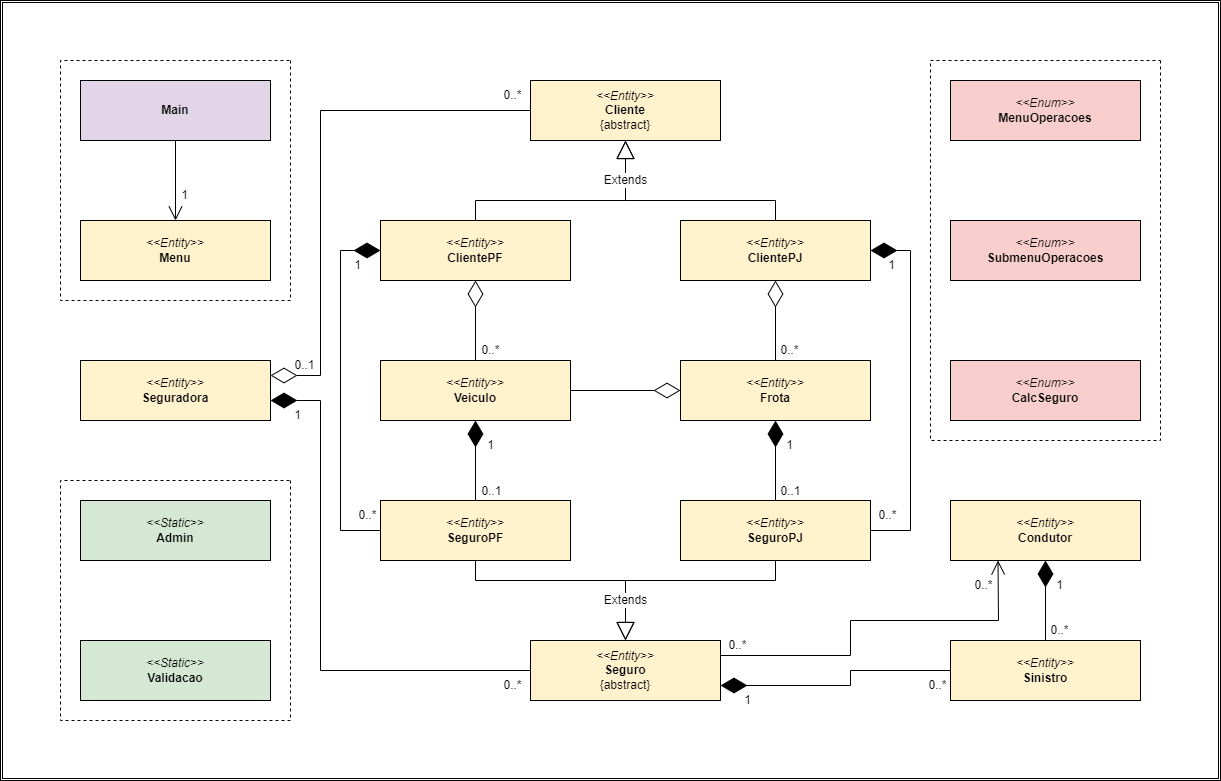
Before: Lab05/images/Diagrama_Resumido.png, a diagram exported from draw.io (phdaccache/MC322). Source tidied: cells renumbered, new cells last; positions are measured from the earlier drawing's top-left corner, leaving out a move shared by most shapes.
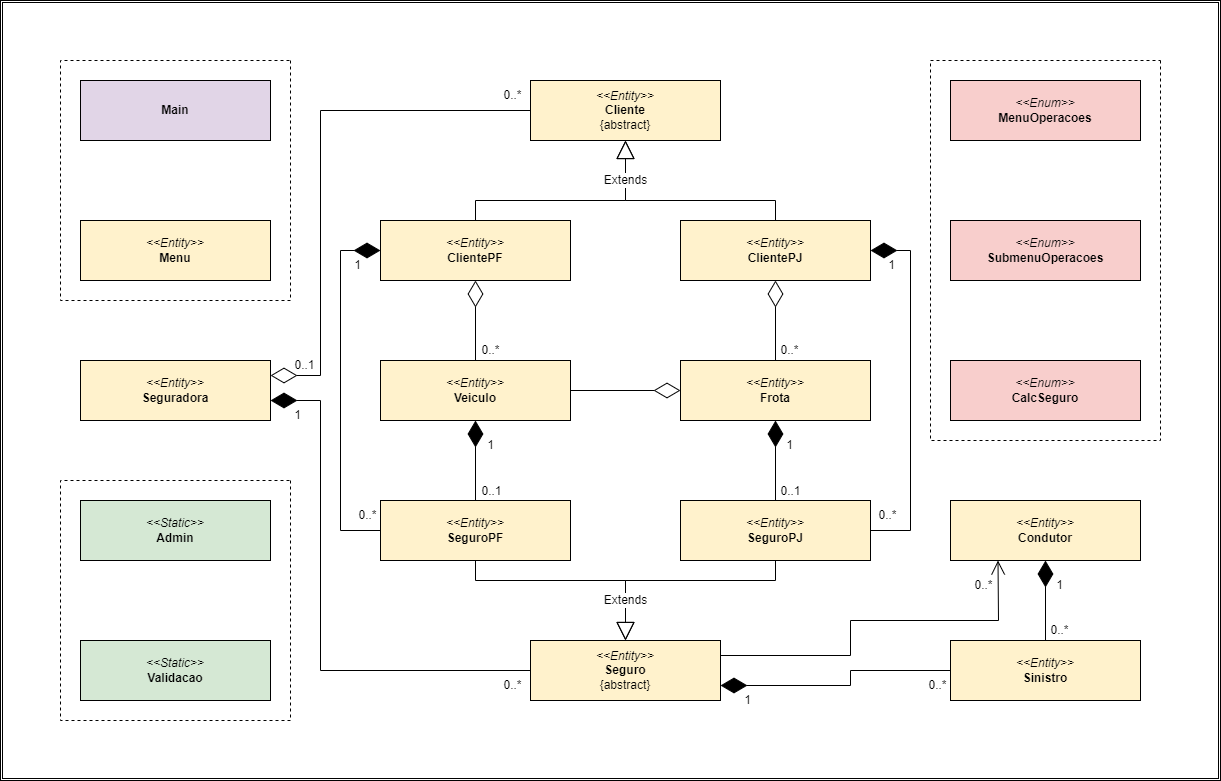
Above is the later version.

What changed in the source:
```diff
@@ -213,9 +213,6 @@
     <mxCell id="54" value="1" style="text;strokeColor=none;align=center;fillColor=none;html=1;verticalAlign=middle;whiteSpace=wrap;rounded=0;fontSize=12;fontFamily=Helvetica;fontColor=default;" parent="1" vertex="1">
       <mxGeometry x="1042" y="569.5" width="35" height="30" as="geometry" />
     </mxCell>
-    <mxCell id="55" value="0..*" style="text;strokeColor=none;align=center;fillColor=none;html=1;verticalAlign=middle;whiteSpace=wrap;rounded=0;fontSize=12;fontFamily=Helvetica;fontColor=default;" parent="1" vertex="1">
-      <mxGeometry x="720" y="630" width="35" height="30" as="geometry" />
-    </mxCell>
     <mxCell id="56" value="0..*" style="text;strokeColor=none;align=center;fillColor=none;html=1;verticalAlign=middle;whiteSpace=wrap;rounded=0;fontSize=12;fontFamily=Helvetica;fontColor=default;" parent="1" vertex="1">
       <mxGeometry x="966" y="570" width="35" height="30" as="geometry" />
     </mxCell>
@@ -228,11 +225,5 @@
     <mxCell id="59" style="rounded=0;whiteSpace=wrap;html=1;fontFamily=Helvetica;fontSize=12;fontColor=default;fillColor=none;gradientColor=none;dashed=1;direction=south;" parent="1" vertex="1">
       <mxGeometry x="930" y="60" width="230" height="380" as="geometry" />
     </mxCell>
-    <mxCell id="60" style="endArrow=open;endFill=1;endSize=12;html=1;rounded=0;fontFamily=Helvetica;fontSize=12;fontColor=default;entryX=0.5;entryY=0;entryDx=0;entryDy=0;exitX=0.5;exitY=1;exitDx=0;exitDy=0;" parent="1" edge="1" source="20" target="15">
-      <mxGeometry relative="1" as="geometry" />
-    </mxCell>
-    <mxCell id="61" value="1" style="text;strokeColor=none;align=center;fillColor=none;html=1;verticalAlign=middle;whiteSpace=wrap;rounded=0;fontSize=12;fontFamily=Helvetica;fontColor=default;" parent="1" vertex="1">
-      <mxGeometry x="167" y="180" width="35" height="30" as="geometry" />
-    </mxCell>
   </root>
 </mxGraphModel>
```
